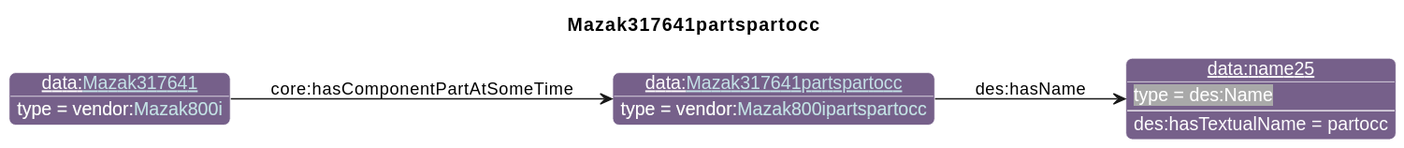
Earlier version of the PlantUML export diagrams/Mazak317641partspartocc.svg (iofoundry/example-syseng-mtconnect).
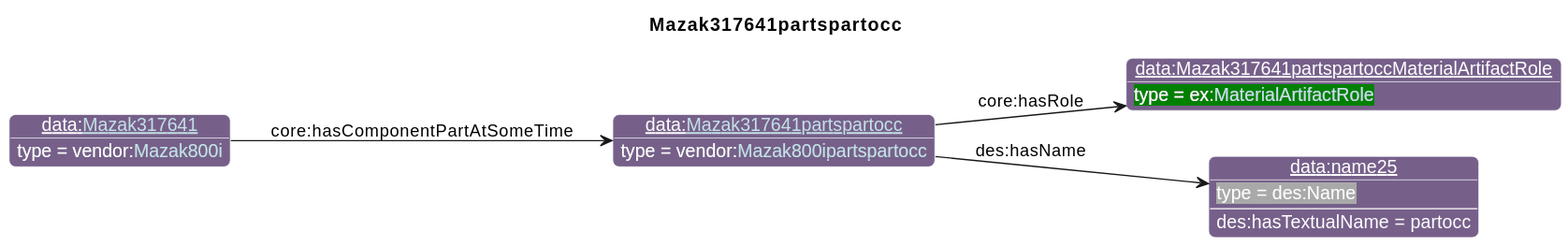
After the commit.

Diff of the diagram source:
```diff
@@ -26,9 +26,11 @@
                       "qp":"641B2E"
       }
 individual(o0, data:[[./Mazak317641partspartocc.html Mazak317641partspartocc]], vendor:[[../Mazak.html#Mazak800ipartspartocc Mazak800ipartspartocc]])
-individual(o1, data:name25, des:Name)
-individual(o2, data:[[./Mazak317641.html Mazak317641]], vendor:[[../Mazak.html#Mazak800i Mazak800i]])
-property(o0, "des:hasName", o1)
-data(o1, "des:hasTextualName", "partocc")
-property(o2, "core:hasComponentPartAtSomeTime", o0)
+individual(o1, data:Mazak317641partspartoccMaterialArtifactRole, ex:[[../Example.html#MaterialArtifactRole MaterialArtifactRole]])
+individual(o2, data:name25, des:Name)
+individual(o3, data:[[./Mazak317641.html Mazak317641]], vendor:[[../Mazak.html#Mazak800i Mazak800i]])
+property(o0, "core:hasRole", o1)
+property(o0, "des:hasName", o2)
+data(o2, "des:hasTextualName", "partocc")
+property(o3, "core:hasComponentPartAtSomeTime", o0)
 @enduml
```
